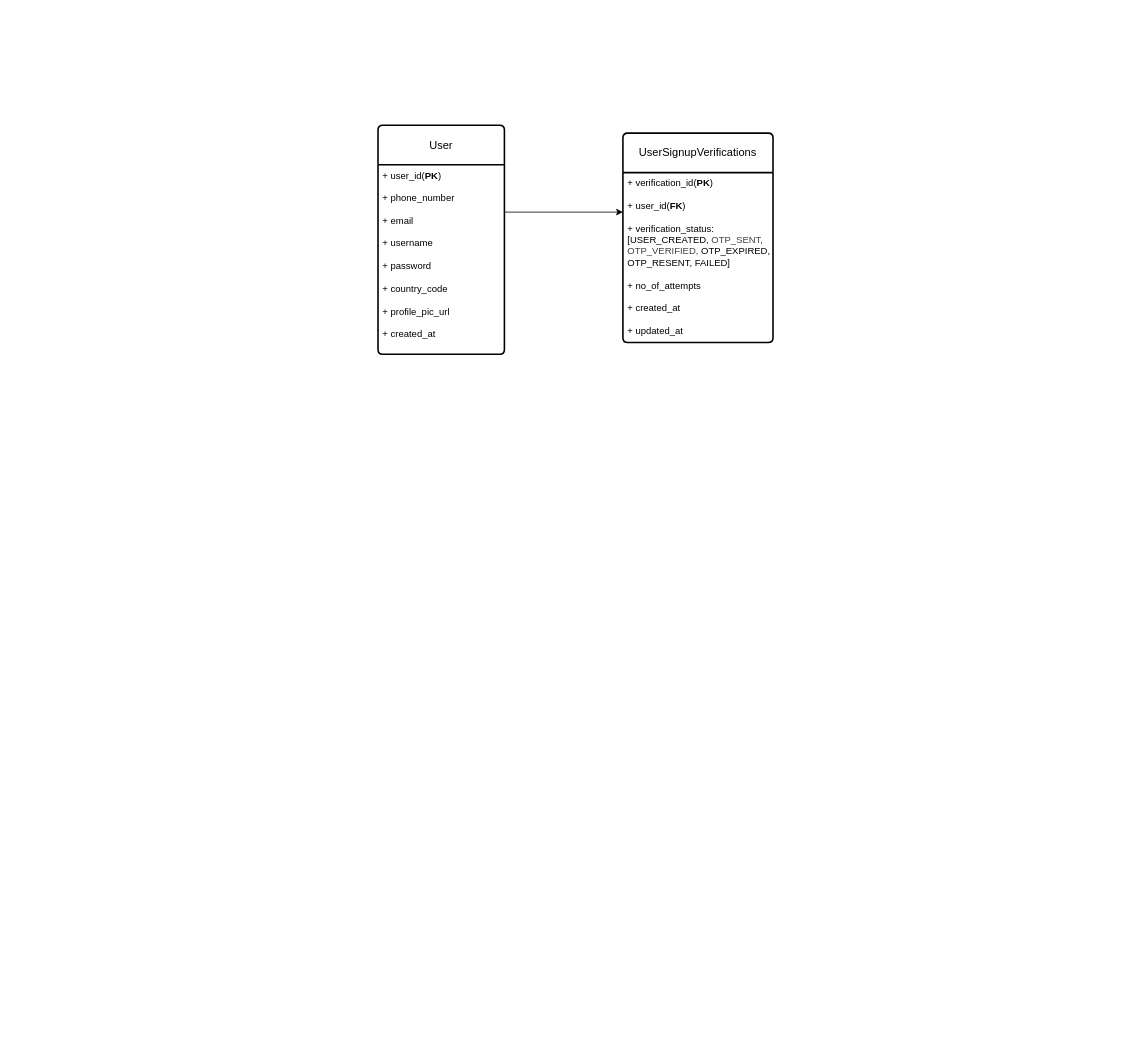
srikarpohar/expense-tracker keeps this draw.io diagram as design/models.drawio. Above is the earlier version. Source tidied: cells renumbered, new cells numbered last; positions are measured from the earlier drawing's top-left corner, leaving out a move shared by most shapes. Both pictures are drawn from the tidied source at 79%, with x=0, y=0 at pixel (378, 125).
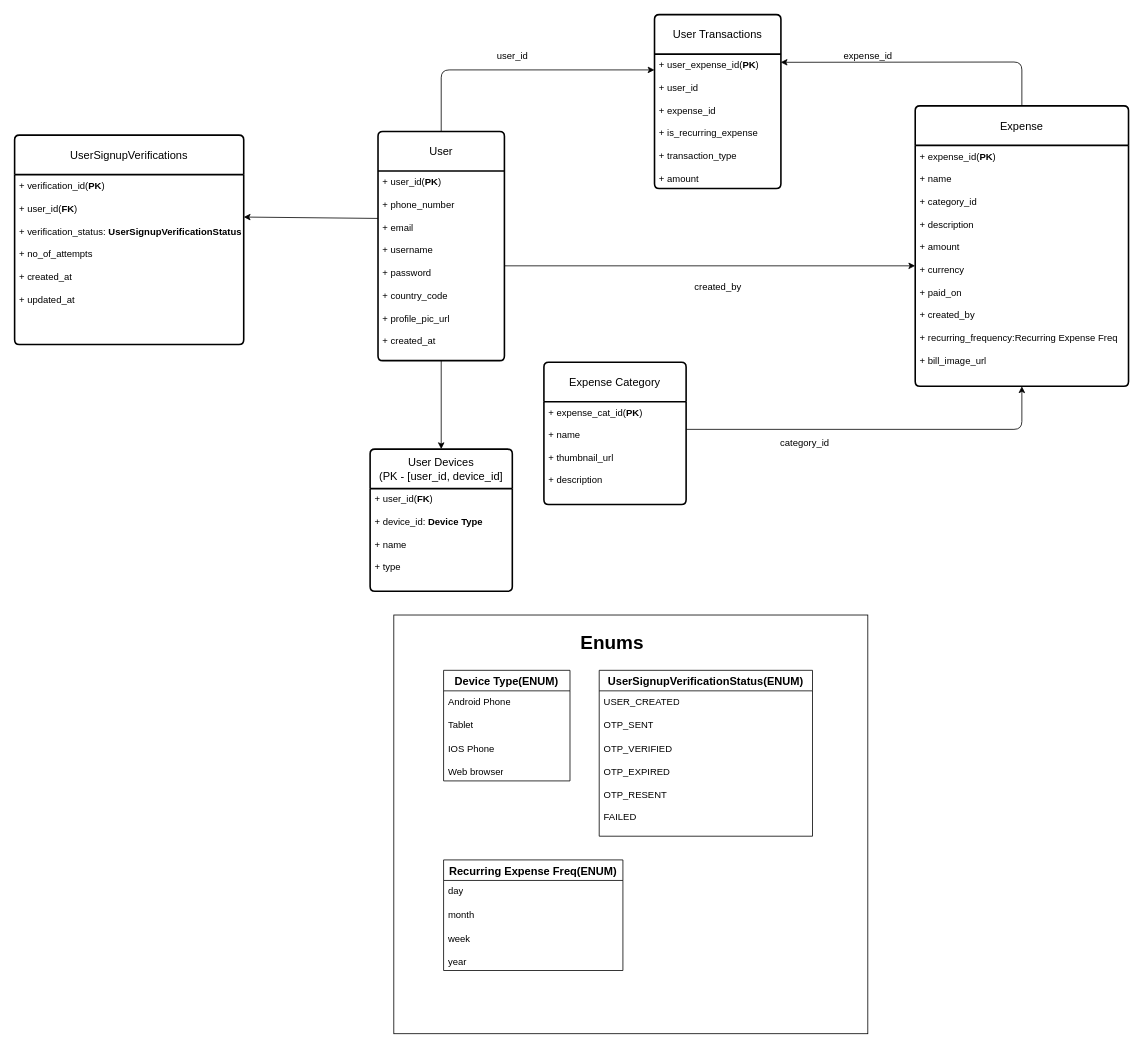
After the change.

Commit message (it also covers changes not shown here):
added all models in design doc

The change refers to these unchanged cells:
```xml
<mxCell id="3" value="+ user_id(&lt;b&gt;PK&lt;/b&gt;)&lt;div&gt;&lt;br&gt;&lt;/div&gt;&lt;div&gt;+ phone_number&lt;/div&gt;&lt;div&gt;&lt;br&gt;&lt;/div&gt;&lt;div&gt;+ email&lt;/div&gt;&lt;div&gt;&lt;br&gt;&lt;/div&gt;&lt;div&gt;+ username&lt;/div&gt;&lt;div&gt;&lt;br&gt;&lt;/div&gt;&lt;div&gt;+ password&lt;/div&gt;&lt;div&gt;&lt;br&gt;&lt;/div&gt;&lt;div&gt;+ country_code&lt;/div&gt;&lt;div&gt;&lt;br&gt;&lt;/div&gt;&lt;div&gt;+ profile_pic_url&lt;/div&gt;&lt;div&gt;&lt;br&gt;&lt;/div&gt;&lt;div&gt;+ created_at&lt;/div&gt;" style="align=left;strokeColor=none;fillColor=none;spacingLeft=4;fontSize=12;verticalAlign=top;html=1;" parent="2" vertex="1">
  <mxGeometry y="50" width="160" height="240" as="geometry" />
</mxCell>
```

What changed in the source:
```diff
@@
     <mxCell id="2" value="User" style="swimlane;horizontal=1;startSize=50;rounded=1;fontSize=14;fontStyle=0;strokeWidth=2;shadow=0;dashed=0;align=center;arcSize=4;whiteSpace=wrap;html=1;" parent="1" vertex="1">
-      <mxGeometry width="160" height="290" as="geometry" />
+      <mxGeometry y="8" width="160" height="290" as="geometry" />
     </mxCell>
@@
     <mxCell id="4" value="UserSignupVerifications" style="swimlane;horizontal=1;startSize=50;rounded=1;fontSize=14;fontStyle=0;strokeWidth=2;shadow=0;dashed=0;align=center;arcSize=4;whiteSpace=wrap;html=1;" parent="1" vertex="1">
-      <mxGeometry x="310" y="10" width="190" height="265" as="geometry" />
+      <mxGeometry x="-460" y="12.5" width="290" height="265" as="geometry" />
     </mxCell>
-    <mxCell id="5" value="+ verification_id(&lt;b&gt;PK&lt;/b&gt;)&lt;div&gt;&lt;br&gt;&lt;/div&gt;&lt;div&gt;+ user_id(&lt;b&gt;FK&lt;/b&gt;)&lt;/div&gt;&lt;div&gt;&lt;br&gt;&lt;/div&gt;&lt;div&gt;+ verification_status:&amp;nbsp;&lt;/div&gt;&lt;div&gt;[USER_CREATED,&amp;nbsp;&lt;span style=&quot;color: rgb(63, 63, 63); background-color: transparent;&quot;&gt;OTP_SENT,&amp;nbsp;&lt;/span&gt;&lt;/div&gt;&lt;div&gt;&lt;span style=&quot;background-color: transparent; color: rgb(63, 63, 63);&quot;&gt;OTP_VERIFIED,&amp;nbsp;&lt;/span&gt;&lt;span style=&quot;background-color: transparent;&quot;&gt;OTP_EXPIRED,&amp;nbsp;&lt;/span&gt;&lt;/div&gt;&lt;div&gt;&lt;span style=&quot;background-color: transparent;&quot;&gt;OTP_RESENT,&amp;nbsp;&lt;/span&gt;&lt;span style=&quot;background-color: transparent;&quot;&gt;FAILED]&lt;/span&gt;&lt;/div&gt;&lt;div&gt;&lt;br&gt;&lt;/div&gt;&lt;div&gt;+ no_of_attempts&lt;/div&gt;&lt;div&gt;&lt;br&gt;&lt;/div&gt;&lt;div&gt;+ created_at&lt;/div&gt;&lt;div&gt;&lt;br&gt;&lt;/div&gt;&lt;div&gt;+ updated_at&lt;/div&gt;" style="align=left;strokeColor=none;fillColor=none;spacingLeft=4;fontSize=12;verticalAlign=top;html=1;" parent="4" vertex="1">
-      <mxGeometry y="50" width="190" height="215" as="geometry" />
+    <mxCell id="5" value="+ verification_id(&lt;b&gt;PK&lt;/b&gt;)&lt;div&gt;&lt;br&gt;&lt;/div&gt;&lt;div&gt;+ user_id(&lt;b&gt;FK&lt;/b&gt;)&lt;/div&gt;&lt;div&gt;&lt;br&gt;&lt;/div&gt;&lt;div&gt;+ verification_status: &lt;b&gt;UserSignupVerificationStatus&lt;/b&gt;&lt;/div&gt;&lt;div&gt;&lt;br&gt;&lt;/div&gt;&lt;div&gt;+ no_of_attempts&lt;/div&gt;&lt;div&gt;&lt;br&gt;&lt;/div&gt;&lt;div&gt;+ created_at&lt;/div&gt;&lt;div&gt;&lt;br&gt;&lt;/div&gt;&lt;div&gt;+ updated_at&lt;/div&gt;" style="align=left;strokeColor=none;fillColor=none;spacingLeft=4;fontSize=12;verticalAlign=top;html=1;" parent="4" vertex="1">
+      <mxGeometry y="50" width="290" height="215" as="geometry" />
     </mxCell>
-    <mxCell id="6" style="edgeStyle=none;html=1;exitX=1;exitY=0.25;exitDx=0;exitDy=0;" parent="1" edge="1" source="3">
-      <mxGeometry relative="1" as="geometry">
-        <mxPoint x="310" y="110" as="targetPoint" />
-      </mxGeometry>
-    </mxCell>
+    <mxCell id="7" value="User Devices&lt;br&gt;(PK - [user_id, device_id]" style="swimlane;horizontal=1;startSize=50;rounded=1;fontSize=14;fontStyle=0;strokeWidth=2;shadow=0;dashed=0;align=center;arcSize=4;whiteSpace=wrap;html=1;" parent="1" vertex="1">
+      <mxGeometry x="-10" y="410" width="180" height="180" as="geometry" />
+    </mxCell>
+    <mxCell id="8" value="+ user_id(&lt;b&gt;FK&lt;/b&gt;)&lt;div&gt;&lt;br&gt;&lt;/div&gt;&lt;div&gt;+ device_id: &lt;b&gt;Device Type&lt;/b&gt;&lt;/div&gt;&lt;div&gt;&lt;br&gt;&lt;/div&gt;&lt;div&gt;+ name&lt;/div&gt;&lt;div&gt;&lt;br&gt;&lt;/div&gt;&lt;div&gt;+ type&lt;/div&gt;" style="align=left;strokeColor=none;fillColor=none;spacingLeft=4;fontSize=12;verticalAlign=top;html=1;" parent="7" vertex="1">
+      <mxGeometry y="50" width="180" height="130" as="geometry" />
+    </mxCell>
+    <mxCell id="9" style="edgeStyle=none;html=1;exitX=0.5;exitY=1;exitDx=0;exitDy=0;entryX=0.5;entryY=0;entryDx=0;entryDy=0;" parent="1" edge="1" source="3" target="7">
+      <mxGeometry relative="1" as="geometry" />
+    </mxCell>
+    <mxCell id="10" value="Expense Category" style="swimlane;horizontal=1;startSize=50;rounded=1;fontSize=14;fontStyle=0;strokeWidth=2;shadow=0;dashed=0;align=center;arcSize=4;whiteSpace=wrap;html=1;" parent="1" vertex="1">
+      <mxGeometry x="210" y="300" width="180" height="180" as="geometry" />
+    </mxCell>
+    <mxCell id="11" value="+ expense_cat_id(&lt;b&gt;PK&lt;/b&gt;)&lt;div&gt;&lt;br&gt;&lt;/div&gt;&lt;div&gt;+ name&lt;/div&gt;&lt;div&gt;&lt;br&gt;&lt;/div&gt;&lt;div&gt;+ thumbnail_url&lt;/div&gt;&lt;div&gt;&lt;br&gt;&lt;/div&gt;&lt;div&gt;+ description&lt;/div&gt;" style="align=left;strokeColor=none;fillColor=none;spacingLeft=4;fontSize=12;verticalAlign=top;html=1;" parent="10" vertex="1">
+      <mxGeometry y="50" width="180" height="130" as="geometry" />
+    </mxCell>
+    <mxCell id="12" value="Expense" style="swimlane;horizontal=1;startSize=50;rounded=1;fontSize=14;fontStyle=0;strokeWidth=2;shadow=0;dashed=0;align=center;arcSize=4;whiteSpace=wrap;html=1;" parent="1" vertex="1">
+      <mxGeometry x="680" y="-24.5" width="270" height="355" as="geometry" />
+    </mxCell>
+    <mxCell id="13" value="+ expense_id(&lt;b&gt;PK&lt;/b&gt;)&lt;div&gt;&lt;br&gt;&lt;/div&gt;&lt;div&gt;+ name&lt;/div&gt;&lt;div&gt;&lt;br&gt;&lt;/div&gt;&lt;div&gt;+ category_id&lt;/div&gt;&lt;div&gt;&lt;br&gt;&lt;/div&gt;&lt;div&gt;+ description&lt;/div&gt;&lt;div&gt;&lt;br&gt;&lt;/div&gt;&lt;div&gt;+ amount&lt;/div&gt;&lt;div&gt;&lt;br&gt;&lt;/div&gt;&lt;div&gt;+ currency&lt;/div&gt;&lt;div&gt;&lt;br&gt;&lt;/div&gt;&lt;div&gt;+ paid_on&lt;/div&gt;&lt;div&gt;&lt;br&gt;&lt;/div&gt;&lt;div&gt;+ created_by&lt;/div&gt;&lt;div&gt;&lt;br&gt;&lt;/div&gt;&lt;div&gt;+ recurring_frequency:&lt;span style=&quot;color: rgb(0, 0, 0); text-align: center; background-color: transparent;&quot;&gt;&lt;font&gt;Recurring Expense Freq&lt;/font&gt;&lt;/span&gt;&lt;/div&gt;&lt;div&gt;&lt;br&gt;&lt;/div&gt;&lt;div&gt;+ bill_image_url&lt;/div&gt;" style="align=left;strokeColor=none;fillColor=none;spacingLeft=4;fontSize=12;verticalAlign=top;html=1;" parent="12" vertex="1">
+      <mxGeometry y="50" width="270" height="305" as="geometry" />
+    </mxCell>
+    <mxCell id="14" style="group;" parent="1" vertex="1">
+      <mxGeometry x="390" y="190" width="80" height="30" as="geometry" />
+    </mxCell>
+    <mxCell id="15" style="edgeStyle=none;html=1;exitX=1;exitY=0.5;exitDx=0;exitDy=0;" parent="14" edge="1" source="3" target="13">
+      <mxGeometry relative="1" as="geometry" />
+    </mxCell>
+    <mxCell id="16" value="created_by" style="text;html=1;align=center;verticalAlign=middle;strokeColor=none;fillColor=none;" parent="14" vertex="1">
+      <mxGeometry width="80" height="30" as="geometry" />
+    </mxCell>
+    <mxCell id="17" style="edgeStyle=none;html=1;exitX=0;exitY=0.25;exitDx=0;exitDy=0;entryX=1;entryY=0.25;entryDx=0;entryDy=0;" parent="1" edge="1" source="3" target="5">
+      <mxGeometry relative="1" as="geometry" />
+    </mxCell>
+    <mxCell id="18" style="group;" parent="1" vertex="1">
+      <mxGeometry x="495" y="385" width="320" height="33" as="geometry" />
+    </mxCell>
+    <mxCell id="19" style="edgeStyle=none;html=1;" parent="18" edge="1" target="13">
+      <mxGeometry relative="1" as="geometry">
+        <mxPoint x="-105" as="sourcePoint" />
+        <Array as="points">
+          <mxPoint x="320" />
+        </Array>
+      </mxGeometry>
+    </mxCell>
+    <mxCell id="20" value="category_id" style="text;html=1;align=center;verticalAlign=middle;strokeColor=none;fillColor=none;" parent="18" vertex="1">
+      <mxGeometry y="3" width="90" height="30" as="geometry" />
+    </mxCell>
+    <mxCell id="21" value="User Transactions" style="swimlane;horizontal=1;startSize=50;rounded=1;fontSize=14;fontStyle=0;strokeWidth=2;shadow=0;dashed=0;align=center;arcSize=4;whiteSpace=wrap;html=1;" parent="1" vertex="1">
+      <mxGeometry x="350" y="-140" width="160" height="220" as="geometry" />
+    </mxCell>
+    <mxCell id="22" value="+ user_expense_id(&lt;b&gt;PK&lt;/b&gt;)&lt;div&gt;&lt;br&gt;&lt;/div&gt;&lt;div&gt;+ user_id&lt;/div&gt;&lt;div&gt;&lt;br&gt;&lt;/div&gt;&lt;div&gt;+ expense_id&lt;/div&gt;&lt;div&gt;&lt;br&gt;&lt;/div&gt;&lt;div&gt;+ is_recurring_expense&lt;/div&gt;&lt;div&gt;&lt;br&gt;&lt;/div&gt;&lt;div&gt;+ transaction_type&lt;/div&gt;&lt;div&gt;&lt;br&gt;&lt;/div&gt;&lt;div&gt;+ amount&lt;/div&gt;" style="align=left;strokeColor=none;fillColor=none;spacingLeft=4;fontSize=12;verticalAlign=top;html=1;" parent="21" vertex="1">
+      <mxGeometry y="50" width="160" height="170" as="geometry" />
+    </mxCell>
+    <mxCell id="23" style="group;" parent="1" vertex="1">
+      <mxGeometry x="80" y="-102" width="120" height="32" as="geometry" />
+    </mxCell>
+    <mxCell id="24" style="edgeStyle=none;html=1;exitX=0.5;exitY=0;exitDx=0;exitDy=0;" parent="23" edge="1" source="2">
+      <mxGeometry relative="1" as="geometry">
+        <mxPoint x="270" y="32" as="targetPoint" />
+        <Array as="points">
+          <mxPoint y="32" />
+        </Array>
+      </mxGeometry>
+    </mxCell>
+    <mxCell id="25" value="user_id" style="text;html=1;align=center;verticalAlign=middle;strokeColor=none;fillColor=none;" parent="23" vertex="1">
+      <mxGeometry x="60" width="60" height="30" as="geometry" />
+    </mxCell>
+    <mxCell id="26" style="group;" parent="1" vertex="1">
+      <mxGeometry x="580" y="-102" width="235" height="30" as="geometry" />
+    </mxCell>
+    <mxCell id="27" style="edgeStyle=none;html=1;exitX=0.5;exitY=0;exitDx=0;exitDy=0;entryX=0.998;entryY=0.061;entryDx=0;entryDy=0;entryPerimeter=0;" parent="26" edge="1" source="12" target="22">
+      <mxGeometry relative="1" as="geometry">
+        <Array as="points">
+          <mxPoint x="235" y="22" />
+        </Array>
+      </mxGeometry>
+    </mxCell>
+    <mxCell id="28" value="expense_id" style="text;html=1;align=center;verticalAlign=middle;strokeColor=none;fillColor=none;" parent="26" vertex="1">
+      <mxGeometry width="80" height="30" as="geometry" />
+    </mxCell>
+    <mxCell id="29" style="group;" parent="1" vertex="1">
+      <mxGeometry x="20" y="620" width="600" height="530" as="geometry" />
+    </mxCell>
+    <mxCell id="30" style="rounded=0;whiteSpace=wrap;html=1;" parent="29" vertex="1">
+      <mxGeometry width="600" height="530" as="geometry" />
+    </mxCell>
+    <mxCell id="31" value="Device Type(ENUM)" style="swimlane;fontStyle=1;horizontal=1;startSize=26;align=center;fontSize=14;" parent="29" vertex="1">
+      <mxGeometry x="63" y="70" width="160" height="140" as="geometry" />
+    </mxCell>
+    <mxCell id="32" value="Android Phone" style="text;strokeColor=none;fillColor=none;spacingLeft=4;spacingRight=4;overflow=hidden;fontSize=12;whiteSpace=wrap;html=1;" parent="31" vertex="1">
+      <mxGeometry y="26" width="160" height="30" as="geometry" />
+    </mxCell>
+    <mxCell id="33" value="Tablet" style="text;strokeColor=none;fillColor=none;spacingLeft=4;spacingRight=4;overflow=hidden;fontSize=12;whiteSpace=wrap;html=1;" parent="31" vertex="1">
+      <mxGeometry y="56" width="160" height="30" as="geometry" />
+    </mxCell>
+    <mxCell id="34" value="IOS Phone&lt;div&gt;&lt;br&gt;&lt;/div&gt;&lt;div&gt;Web browser&lt;/div&gt;" style="text;strokeColor=none;fillColor=none;spacingLeft=4;spacingRight=4;overflow=hidden;fontSize=12;whiteSpace=wrap;html=1;" parent="31" vertex="1">
+      <mxGeometry y="86" width="160" height="54" as="geometry" />
+    </mxCell>
+    <mxCell id="35" value="UserSignupVerificationStatus(ENUM)" style="swimlane;fontStyle=1;horizontal=1;startSize=26;align=center;fontSize=14;" parent="29" vertex="1">
+      <mxGeometry x="260" y="70" width="270" height="210" as="geometry" />
+    </mxCell>
+    <mxCell id="36" value="USER_CREATED" style="text;strokeColor=none;fillColor=none;spacingLeft=4;spacingRight=4;overflow=hidden;fontSize=12;whiteSpace=wrap;html=1;" parent="35" vertex="1">
+      <mxGeometry y="26" width="270" height="30" as="geometry" />
+    </mxCell>
+    <mxCell id="37" value="OTP_SENT" style="text;strokeColor=none;fillColor=none;spacingLeft=4;spacingRight=4;overflow=hidden;fontSize=12;whiteSpace=wrap;html=1;" parent="35" vertex="1">
+      <mxGeometry y="56" width="270" height="30" as="geometry" />
+    </mxCell>
+    <mxCell id="38" value="OTP_VERIFIED&lt;div&gt;&lt;br&gt;&lt;/div&gt;&lt;div&gt;OTP_EXPIRED&lt;/div&gt;&lt;div&gt;&lt;br&gt;&lt;/div&gt;&lt;div&gt;OTP_RESENT&lt;/div&gt;&lt;div&gt;&lt;br&gt;&lt;/div&gt;&lt;div&gt;FAILED&lt;/div&gt;" style="text;strokeColor=none;fillColor=none;spacingLeft=4;spacingRight=4;overflow=hidden;fontSize=12;whiteSpace=wrap;html=1;" parent="35" vertex="1">
+      <mxGeometry y="86" width="270" height="124" as="geometry" />
+    </mxCell>
+    <mxCell id="39" value="Recurring Expense Freq(ENUM)" style="swimlane;fontStyle=1;horizontal=1;startSize=26;align=center;fontSize=14;" parent="29" vertex="1">
+      <mxGeometry x="63" y="310" width="227" height="140" as="geometry" />
+    </mxCell>
+    <mxCell id="40" value="day" style="text;strokeColor=none;fillColor=none;spacingLeft=4;spacingRight=4;overflow=hidden;fontSize=12;whiteSpace=wrap;html=1;" parent="39" vertex="1">
+      <mxGeometry y="26" width="227" height="30" as="geometry" />
+    </mxCell>
+    <mxCell id="41" value="month" style="text;strokeColor=none;fillColor=none;spacingLeft=4;spacingRight=4;overflow=hidden;fontSize=12;whiteSpace=wrap;html=1;" parent="39" vertex="1">
+      <mxGeometry y="56" width="227" height="30" as="geometry" />
+    </mxCell>
+    <mxCell id="42" value="week&lt;div&gt;&lt;br&gt;&lt;/div&gt;&lt;div&gt;year&lt;/div&gt;" style="text;strokeColor=none;fillColor=none;spacingLeft=4;spacingRight=4;overflow=hidden;fontSize=12;whiteSpace=wrap;html=1;" parent="39" vertex="1">
+      <mxGeometry y="86" width="227" height="54" as="geometry" />
+    </mxCell>
+    <mxCell id="43" value="&lt;font style=&quot;font-size: 24px;&quot;&gt;&lt;b style=&quot;&quot;&gt;Enums&lt;/b&gt;&lt;/font&gt;" style="text;html=1;align=center;verticalAlign=middle;whiteSpace=wrap;rounded=0;" parent="29" vertex="1">
+      <mxGeometry x="223" y="20" width="107" height="30" as="geometry" />
+    </mxCell>
```
